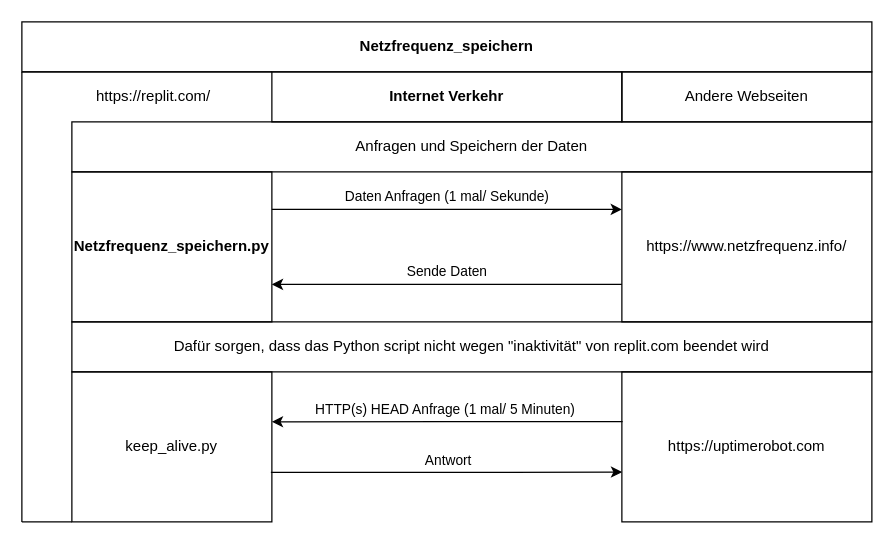
Above: Netzfrequenz_speichern/Netzfrequenz_speichern.drawio in gamebeaker/Netzfrequenz_speichern (draw.io), before the change. Source tidied: cells renumbered, new cells numbered last; positions are measured from the earlier drawing's top-left corner, leaving out a move shared by most shapes. Both pictures are drawn from the tidied source at 125%, with x=0, y=0 at pixel (21, 21).
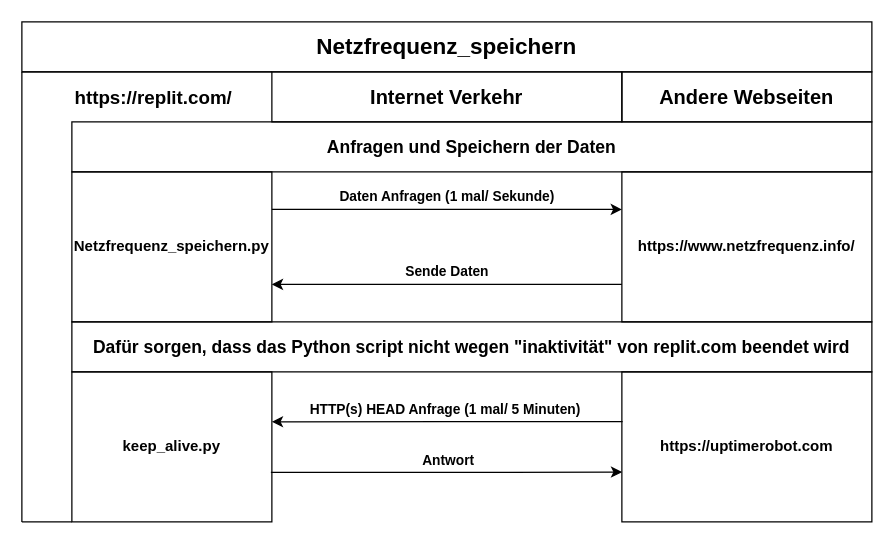
The same diagram, later.

Commit message (it also covers changes not shown here):
drawio Beschriftung formatieren

Unchanged cells that the change refers to:
```xml
<mxCell id="5" style="edgeStyle=orthogonalEdgeStyle;rounded=0;jettySize=auto;html=1;entryX=0.001;entryY=0.668;entryDx=0;entryDy=0;entryPerimeter=0;exitX=0.995;exitY=0.67;exitDx=0;exitDy=0;exitPerimeter=0;" parent="1" edge="1" source="7" target="12">
  <mxGeometry relative="1" as="geometry" />
</mxCell>
<mxCell id="10" style="edgeStyle=orthogonalEdgeStyle;rounded=0;jettySize=auto;html=1;entryX=1;entryY=0.333;entryDx=0;entryDy=0;entryPerimeter=0;exitX=0.003;exitY=0.331;exitDx=0;exitDy=0;exitPerimeter=0;" parent="1" edge="1" source="12" target="7">
  <mxGeometry relative="1" as="geometry" />
</mxCell>
```

The edit, as a diff of the source:
```diff
@@
-    <mxCell id="2" value="&lt;span style=&quot;font-weight: 700;&quot;&gt;Netzfrequenz_speichern&lt;/span&gt;" style="rounded=0;whiteSpace=wrap;html=1;fillColor=none;" parent="1" vertex="1">
+    <mxCell id="2" value="&lt;span style=&quot;font-weight: 700; font-size: 18px;&quot;&gt;Netzfrequenz_speichern&lt;/span&gt;" style="rounded=0;whiteSpace=wrap;html=1;fillColor=none;fontSize=18;" parent="1" vertex="1">
       <mxGeometry width="680" height="40" as="geometry" />
     </mxCell>
-    <mxCell id="3" value="Daten Anfragen (1 mal/ Sekunde)" style="edgeStyle=orthogonalEdgeStyle;rounded=0;jettySize=auto;html=1;entryX=0;entryY=0.25;entryDx=0;entryDy=0;exitX=1;exitY=0.25;exitDx=0;exitDy=0;" parent="1" edge="1" source="4" target="9">
+    <mxCell id="3" value="Daten Anfragen (1 mal/ Sekunde)" style="edgeStyle=orthogonalEdgeStyle;rounded=0;jettySize=auto;html=1;entryX=0;entryY=0.25;entryDx=0;entryDy=0;exitX=1;exitY=0.25;exitDx=0;exitDy=0;fontStyle=1;" parent="1" edge="1" source="4" target="9">
       <mxGeometry y="10" relative="1" as="geometry" />
     </mxCell>
-    <mxCell id="4" value="&lt;span style=&quot;font-weight: 700;&quot;&gt;Netzfrequenz_speichern.py&lt;/span&gt;" style="rounded=0;whiteSpace=wrap;html=1;fillColor=none;" parent="1" vertex="1">
+    <mxCell id="4" value="&lt;span style=&quot;&quot;&gt;Netzfrequenz_speichern.py&lt;/span&gt;" style="rounded=0;whiteSpace=wrap;html=1;fillColor=none;fontStyle=1;" parent="1" vertex="1">
       <mxGeometry x="40" y="120" width="160" height="120" as="geometry" />
     </mxCell>
@@
-    <mxCell id="6" value="Antwort" style="edgeLabel;html=1;align=center;verticalAlign=middle;" parent="5" vertex="1">
+    <mxCell id="6" value="Antwort" style="edgeLabel;html=1;align=center;verticalAlign=middle;fontStyle=1;" parent="5" vertex="1">
       <mxGeometry x="-0.18" y="1" relative="1" as="geometry">
         <mxPoint x="26" y="-9" as="offset" />
       </mxGeometry>
     </mxCell>
-    <mxCell id="7" value="keep_alive.py" style="rounded=0;whiteSpace=wrap;html=1;fillColor=none;" parent="1" vertex="1">
+    <mxCell id="7" value="keep_alive.py" style="rounded=0;whiteSpace=wrap;html=1;fillColor=none;fontStyle=1;" parent="1" vertex="1">
       <mxGeometry x="40" y="280" width="160" height="120" as="geometry" />
     </mxCell>
-    <mxCell id="8" value="Sende Daten" style="edgeStyle=orthogonalEdgeStyle;rounded=0;jettySize=auto;html=1;entryX=1;entryY=0.75;entryDx=0;entryDy=0;exitX=0;exitY=0.75;exitDx=0;exitDy=0;" parent="1" edge="1" source="9" target="4">
+    <mxCell id="8" value="Sende Daten" style="edgeStyle=orthogonalEdgeStyle;rounded=0;jettySize=auto;html=1;entryX=1;entryY=0.75;entryDx=0;entryDy=0;exitX=0;exitY=0.75;exitDx=0;exitDy=0;fontStyle=1;" parent="1" edge="1" source="9" target="4">
       <mxGeometry y="-10" relative="1" as="geometry" />
     </mxCell>
-    <mxCell id="9" value="https://www.netzfrequenz.info/" style="rounded=0;whiteSpace=wrap;html=1;fillColor=none;" parent="1" vertex="1">
+    <mxCell id="9" value="https://www.netzfrequenz.info/" style="rounded=0;whiteSpace=wrap;html=1;fillColor=none;fontStyle=1;" parent="1" vertex="1">
       <mxGeometry x="480" y="120" width="200" height="120" as="geometry" />
     </mxCell>
@@
-    <mxCell id="11" value="HTTP(s) HEAD Anfrage (1 mal/ 5 Minuten)&amp;nbsp;" style="edgeLabel;html=1;align=center;verticalAlign=middle;" parent="10" vertex="1">
+    <mxCell id="11" value="HTTP(s) HEAD Anfrage (1 mal/ 5 Minuten)&amp;nbsp;" style="edgeLabel;html=1;align=center;verticalAlign=middle;fontStyle=1;" parent="10" vertex="1">
       <mxGeometry x="-0.17" y="-2" relative="1" as="geometry">
         <mxPoint x="-24" y="-8" as="offset" />
       </mxGeometry>
     </mxCell>
-    <mxCell id="12" value="https://uptimerobot.com" style="rounded=0;whiteSpace=wrap;html=1;fillColor=none;" parent="1" vertex="1">
+    <mxCell id="12" value="https://uptimerobot.com" style="rounded=0;whiteSpace=wrap;html=1;fillColor=none;fontStyle=1;" parent="1" vertex="1">
       <mxGeometry x="480" y="280" width="200" height="120" as="geometry" />
     </mxCell>
-    <mxCell id="13" value="&lt;span style=&quot;font-weight: 700;&quot;&gt;Internet Verkehr&lt;/span&gt;" style="rounded=0;whiteSpace=wrap;html=1;fillColor=none;" parent="1" vertex="1">
+    <mxCell id="13" value="&lt;span style=&quot;font-weight: 700; font-size: 16px;&quot;&gt;Internet Verkehr&lt;/span&gt;" style="rounded=0;whiteSpace=wrap;html=1;fillColor=none;fontSize=16;" parent="1" vertex="1">
       <mxGeometry x="200" y="40" width="280" height="40" as="geometry" />
     </mxCell>
@@
-    <mxCell id="16" value="https://replit.com/" style="text;html=1;align=center;verticalAlign=middle;strokeColor=none;fillColor=none;" parent="1" vertex="1">
-      <mxGeometry x="50" y="50" width="110" height="20" as="geometry" />
+    <mxCell id="16" value="https://replit.com/" style="text;html=1;align=center;verticalAlign=middle;strokeColor=none;fillColor=none;fontStyle=1;fontSize=15;" parent="1" vertex="1">
+      <mxGeometry x="35" y="50" width="140" height="20" as="geometry" />
     </mxCell>
-    <mxCell id="17" value="Andere Webseiten" style="rounded=0;whiteSpace=wrap;html=1;sketch=0;fillColor=none;gradientColor=none;" parent="1" vertex="1">
+    <mxCell id="17" value="Andere Webseiten" style="rounded=0;whiteSpace=wrap;html=1;sketch=0;fillColor=none;gradientColor=none;fontStyle=1;fontSize=16;" parent="1" vertex="1">
       <mxGeometry x="480" y="40" width="200" height="40" as="geometry" />
     </mxCell>
-    <mxCell id="18" value="Anfragen und Speichern der Daten" style="rounded=0;whiteSpace=wrap;html=1;sketch=0;fillColor=none;gradientColor=none;" parent="1" vertex="1">
+    <mxCell id="18" value="Anfragen und Speichern der Daten" style="rounded=0;whiteSpace=wrap;html=1;sketch=0;fillColor=none;gradientColor=none;fontStyle=1;fontSize=14;" parent="1" vertex="1">
       <mxGeometry x="40" y="80" width="640" height="40" as="geometry" />
     </mxCell>
-    <mxCell id="19" value="Dafür sorgen, dass das Python script nicht wegen &quot;inaktivität&quot; von replit.com beendet wird" style="rounded=0;whiteSpace=wrap;html=1;sketch=0;fillColor=none;gradientColor=none;" parent="1" vertex="1">
+    <mxCell id="19" value="Dafür sorgen, dass das Python script nicht wegen &quot;inaktivität&quot; von replit.com beendet wird" style="rounded=0;whiteSpace=wrap;html=1;sketch=0;fillColor=none;gradientColor=none;fontStyle=1;fontSize=14;" parent="1" vertex="1">
       <mxGeometry x="40" y="240" width="640" height="40" as="geometry" />
     </mxCell>
```
